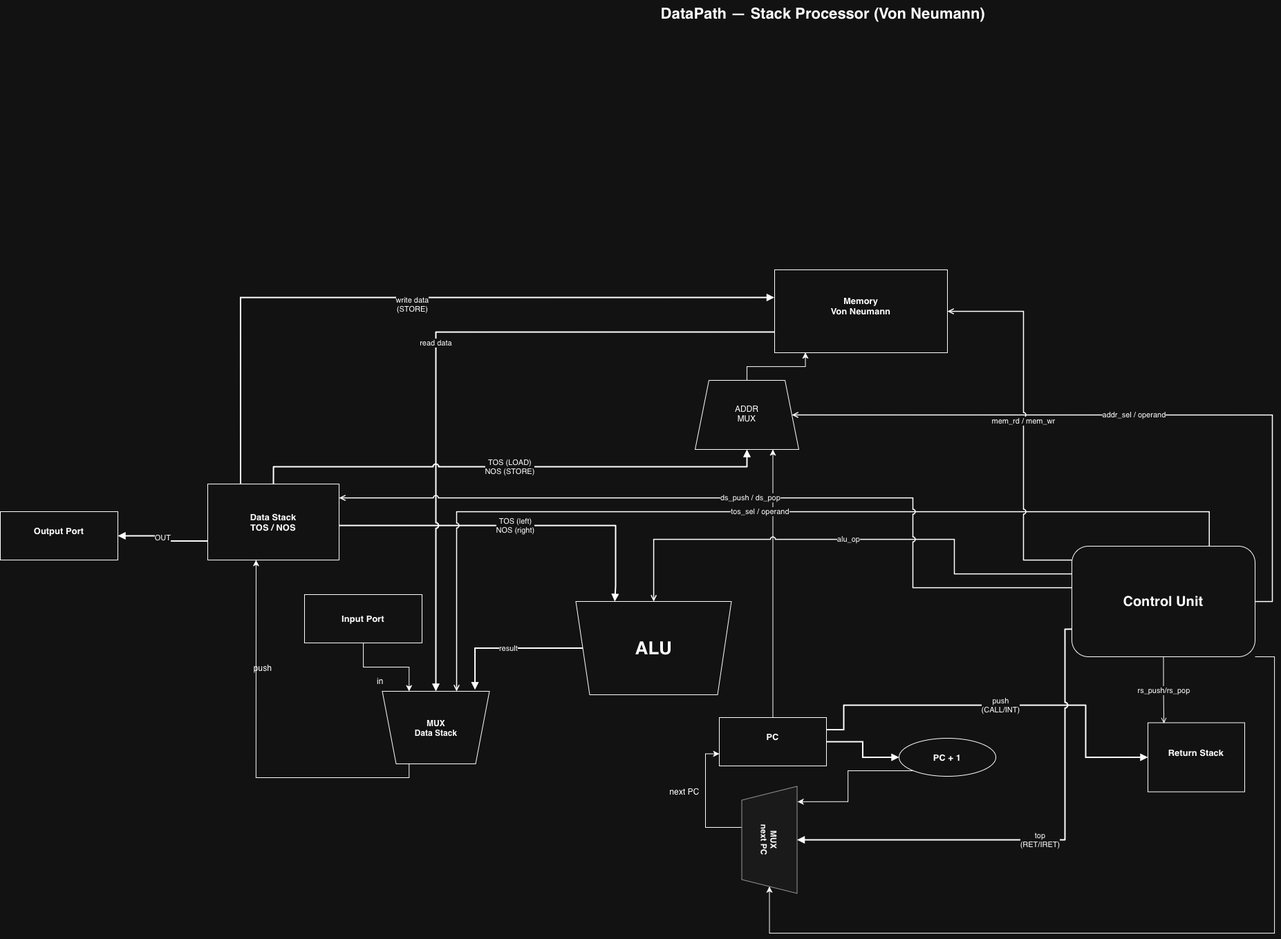
The draw.io diagram scheme/dp4.png in acrighthere/csa-lab4, before a commit. Source tidied: cells renumbered, new cells last; positions are measured from the earlier drawing's top-left corner, leaving out a move shared by most shapes.
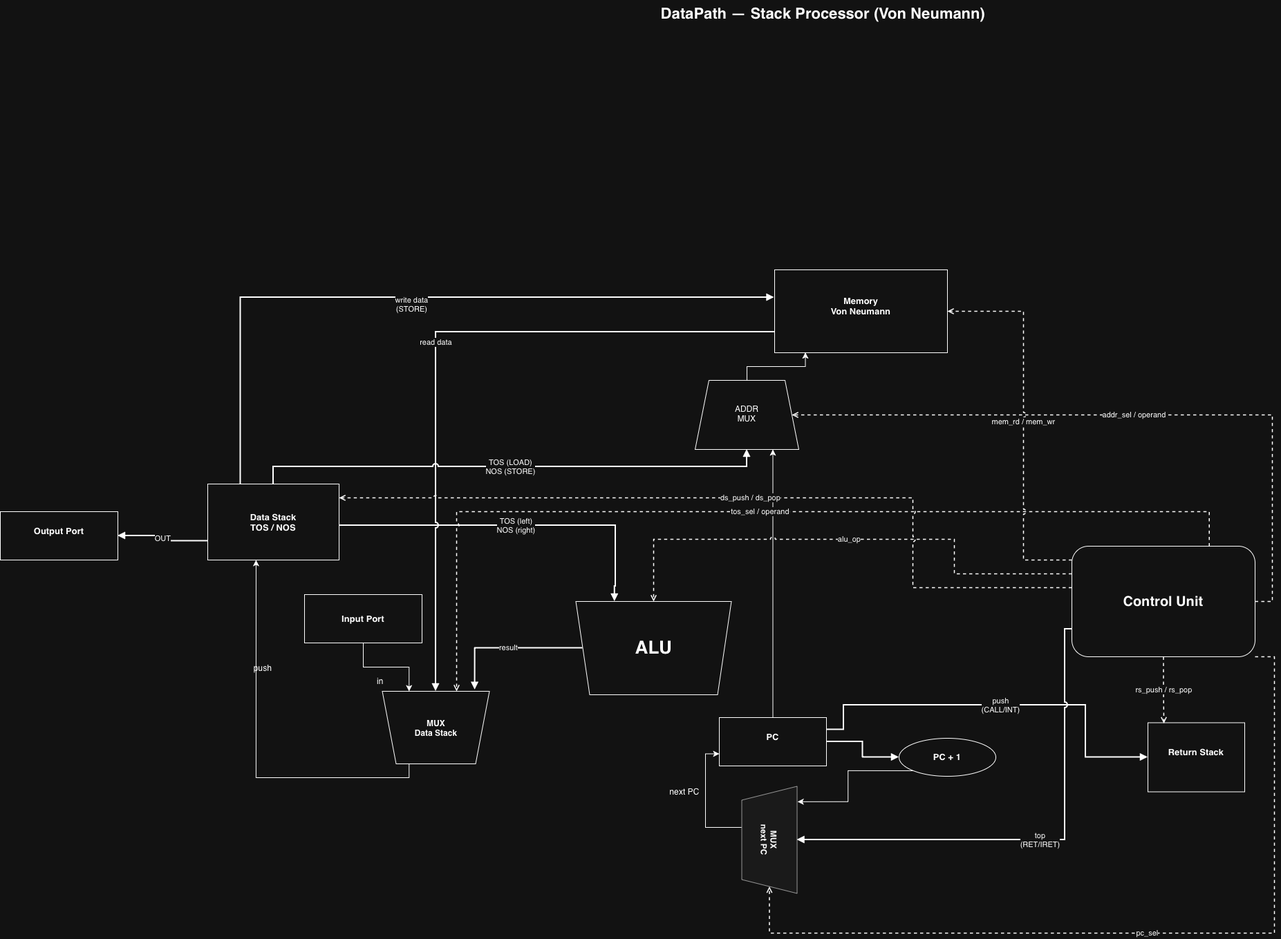
Above is the later version.

What changed in the source:
```diff
@@ -52,7 +52,7 @@
     <mxCell id="16" value="MUX&#10;next PC" style="shape=trapezoid;perimeter=trapezoidPerimeter;whiteSpace=wrap;html=1;fixedSize=1;fillColor=#f5f5f5;strokeColor=#666666;fontSize=12;fontStyle=1;direction=west;align=center;verticalAlign=middle;rotation=90;" parent="1" vertex="1">
       <mxGeometry x="1035" y="1175" width="155" height="80" as="geometry" />
     </mxCell>
-    <mxCell id="17" style="edgeStyle=orthogonalEdgeStyle;rounded=0;jettySize=auto;html=1;entryX=0;entryY=0.5;entryDx=0;entryDy=0;exitX=1;exitY=1;exitDx=0;exitDy=0;" parent="1" edge="1" source="18" target="16">
+    <mxCell id="17" value="pc_sel" style="edgeStyle=orthogonalEdgeStyle;rounded=0;jettySize=auto;html=1;entryX=0;entryY=0.5;entryDx=0;entryDy=0;exitX=1;exitY=1;exitDx=0;exitDy=0;endArrow=open;dashed=1;strokeWidth=1.5;" parent="1" edge="1" source="18" target="16">
       <mxGeometry relative="1" as="geometry">
         <Array as="points">
           <mxPoint x="1843" y="950" />
@@ -119,7 +119,7 @@
     <mxCell id="27" style="edgeStyle=orthogonalEdgeStyle;rounded=0;html=1;endArrow=block;endFill=1;strokeWidth=2;jumpStyle=arc;exitX=1;exitY=0.5;exitDx=0;exitDy=0;entryX=0;entryY=0.5;entryDx=0;entryDy=0;" parent="1" edge="1" source="13" target="14">
       <mxGeometry relative="1" as="geometry" />
     </mxCell>
-    <mxCell id="28" value="tos_sel / operand" style="edgeStyle=orthogonalEdgeStyle;rounded=0;html=1;endArrow=open;strokeWidth=1.5;jumpStyle=arc;exitX=0.75;exitY=0;exitDx=0;exitDy=0;" parent="1" edge="1" source="18">
+    <mxCell id="28" value="tos_sel / operand" style="edgeStyle=orthogonalEdgeStyle;rounded=0;html=1;endArrow=open;dashed=1;strokeWidth=1.5;jumpStyle=arc;exitX=0.75;exitY=0;exitDx=0;exitDy=0;" parent="1" edge="1" source="18">
       <mxGeometry relative="1" as="geometry">
         <mxPoint x="660" y="1000" as="targetPoint" />
         <Array as="points">
@@ -128,14 +128,14 @@
         </Array>
       </mxGeometry>
     </mxCell>
-    <mxCell id="29" value="addr_sel / operand" style="edgeStyle=orthogonalEdgeStyle;rounded=0;html=1;endArrow=open;strokeWidth=1.5;jumpStyle=arc;" parent="1" edge="1" source="18" target="4">
+    <mxCell id="29" value="addr_sel / operand" style="edgeStyle=orthogonalEdgeStyle;rounded=0;html=1;endArrow=open;dashed=1;strokeWidth=1.5;jumpStyle=arc;" parent="1" edge="1" source="18" target="4">
       <mxGeometry relative="1" as="geometry">
         <Array as="points">
           <mxPoint x="1840" y="600" />
         </Array>
       </mxGeometry>
     </mxCell>
-    <mxCell id="30" value="alu_op" style="edgeStyle=orthogonalEdgeStyle;rounded=0;html=1;endArrow=open;strokeWidth=1.5;jumpStyle=arc;" parent="1" edge="1" source="18" target="7">
+    <mxCell id="30" value="alu_op" style="edgeStyle=orthogonalEdgeStyle;rounded=0;html=1;endArrow=open;dashed=1;strokeWidth=1.5;jumpStyle=arc;" parent="1" edge="1" source="18" target="7">
       <mxGeometry relative="1" as="geometry">
         <Array as="points">
           <mxPoint x="1710" y="830" />
@@ -145,7 +145,7 @@
         </Array>
       </mxGeometry>
     </mxCell>
-    <mxCell id="31" value="ds_push / ds_pop" style="edgeStyle=orthogonalEdgeStyle;rounded=0;html=1;endArrow=open;strokeWidth=1.5;jumpStyle=arc;" parent="1" edge="1" source="18" target="5">
+    <mxCell id="31" value="ds_push / ds_pop" style="edgeStyle=orthogonalEdgeStyle;rounded=0;html=1;endArrow=open;dashed=1;strokeWidth=1.5;jumpStyle=arc;" parent="1" edge="1" source="18" target="5">
       <mxGeometry relative="1" as="geometry">
         <Array as="points">
           <mxPoint x="1320" y="850" />
@@ -153,7 +153,7 @@
         </Array>
       </mxGeometry>
     </mxCell>
-    <mxCell id="32" value="mem_rd / mem_wr" style="edgeStyle=orthogonalEdgeStyle;rounded=0;html=1;endArrow=open;strokeWidth=1.5;jumpStyle=arc;" parent="1" edge="1" source="18" target="3">
+    <mxCell id="32" value="mem_rd / mem_wr" style="edgeStyle=orthogonalEdgeStyle;rounded=0;html=1;endArrow=open;dashed=1;strokeWidth=1.5;jumpStyle=arc;" parent="1" edge="1" source="18" target="3">
       <mxGeometry relative="1" as="geometry">
         <Array as="points">
           <mxPoint x="1710" y="810" />
@@ -178,7 +178,7 @@
     <mxCell id="37" style="edgeStyle=orthogonalEdgeStyle;rounded=0;jettySize=auto;html=1;exitX=0;exitY=1;exitDx=0;exitDy=0;entryX=0.856;entryY=1.009;entryDx=0;entryDy=0;entryPerimeter=0;" parent="1" edge="1" source="14" target="16">
       <mxGeometry relative="1" as="geometry" />
     </mxCell>
-    <mxCell id="38" value="rs_push/rs_pop" style="edgeStyle=orthogonalEdgeStyle;rounded=0;jettySize=auto;html=1;exitX=0.5;exitY=1;exitDx=0;exitDy=0;entryX=0.165;entryY=0.01;entryDx=0;entryDy=0;entryPerimeter=0;endArrow=open;endFill=0;" parent="1" edge="1" source="18" target="6">
+    <mxCell id="38" value="rs_push / rs_pop" style="edgeStyle=orthogonalEdgeStyle;rounded=0;jettySize=auto;html=1;exitX=0.5;exitY=1;exitDx=0;exitDy=0;entryX=0.165;entryY=0.01;entryDx=0;entryDy=0;entryPerimeter=0;endArrow=open;endFill=0;dashed=1;strokeWidth=1.5;" parent="1" edge="1" source="18" target="6">
       <mxGeometry relative="1" as="geometry" />
     </mxCell>
     <mxCell id="39" style="edgeStyle=orthogonalEdgeStyle;rounded=0;jettySize=auto;html=1;entryX=0.178;entryY=0.997;entryDx=0;entryDy=0;entryPerimeter=0;" parent="1" edge="1" source="4" target="3">
```
